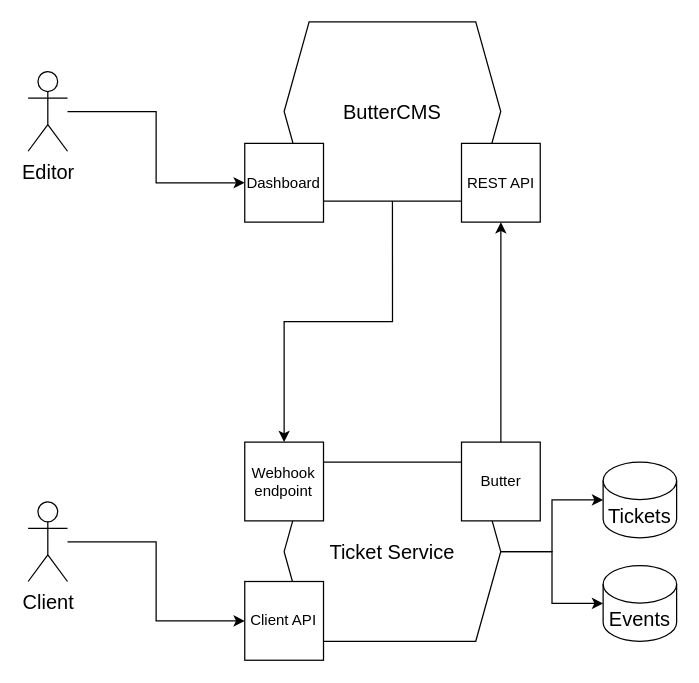
Before: architecture.drawio in raffaeleflorio/ticket-service, a draw.io diagram. Source tidied: cells renumbered, new cells numbered last; positions are measured from the earlier drawing's top-left corner, leaving out a move shared by most shapes. Both pictures are drawn from the tidied source at 125%, with x=0, y=0 at pixel (28, 21).
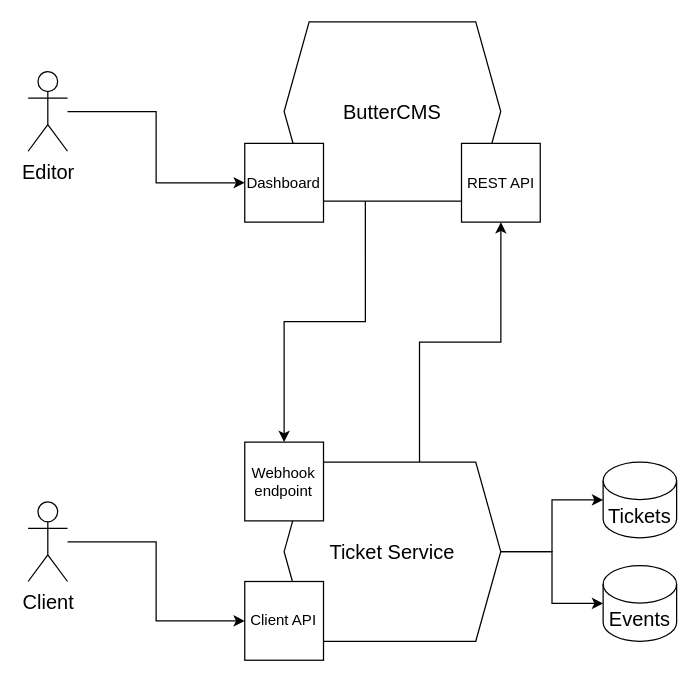
Above is the later version.

The edit, as a diff of the source:
```diff
@@
 <mxGraphModel>
   <root>
     <mxCell id="0" />
     <mxCell id="1" parent="0" />
     <mxCell id="2" style="group;" parent="1" vertex="1">
       <mxGeometry width="518.8" height="510.7" as="geometry" />
     </mxCell>
     <mxCell id="3" value="Editor&lt;br style=&quot;font-size: 16px;&quot;&gt;" style="shape=umlActor;verticalLabelPosition=bottom;verticalAlign=top;html=1;outlineConnect=0;fontSize=16;" parent="2" vertex="1">
       <mxGeometry y="39.8" width="31.5" height="63.7" as="geometry" />
     </mxCell>
     <mxCell id="4" value="Client" style="shape=umlActor;verticalLabelPosition=bottom;verticalAlign=top;html=1;outlineConnect=0;fontSize=16;" parent="2" vertex="1">
       <mxGeometry y="384" width="31.5" height="63.7" as="geometry" />
     </mxCell>
     <mxCell id="5" style="edgeStyle=orthogonalEdgeStyle;rounded=0;jettySize=auto;html=1;entryX=0;entryY=0.5;entryDx=0;entryDy=0;" parent="2" edge="1" source="4" target="14">
       <mxGeometry relative="1" as="geometry" />
     </mxCell>
     <mxCell id="6" style="edgeStyle=orthogonalEdgeStyle;rounded=0;jettySize=auto;html=1;entryX=0;entryY=0.5;entryDx=0;entryDy=0;" parent="2" edge="1" source="3" target="9">
       <mxGeometry relative="1" as="geometry" />
     </mxCell>
     <mxCell id="7" value="ButterCMS" style="shape=hexagon;perimeter=hexagonPerimeter2;whiteSpace=wrap;html=1;fixedSize=1;fontSize=16;" parent="2" vertex="1">
       <mxGeometry x="204.8" width="173.3" height="143.4" as="geometry" />
     </mxCell>
     <mxCell id="8" value="&lt;font style=&quot;font-size: 12px;&quot;&gt;REST API&lt;br style=&quot;font-size: 12px;&quot;&gt;&lt;/font&gt;" style="whiteSpace=wrap;html=1;fontSize=12;" parent="2" vertex="1">
       <mxGeometry x="346.7" y="97.2" width="63" height="63" as="geometry" />
     </mxCell>
     <mxCell id="9" value="&lt;font style=&quot;font-size: 12px;&quot;&gt;Dashboard&lt;br style=&quot;font-size: 12px;&quot;&gt;&lt;/font&gt;" style="whiteSpace=wrap;html=1;fontSize=12;" parent="2" vertex="1">
       <mxGeometry x="173.3" y="97.2" width="63" height="63" as="geometry" />
     </mxCell>
     <mxCell id="10" value="Ticket Service" style="shape=hexagon;perimeter=hexagonPerimeter2;whiteSpace=wrap;html=1;fixedSize=1;fontSize=16;" parent="2" vertex="1">
       <mxGeometry x="204.8" y="352.1" width="173.3" height="143.4" as="geometry" />
     </mxCell>
     <mxCell id="11" value="Events" style="shape=cylinder3;whiteSpace=wrap;html=1;boundedLbl=1;backgroundOutline=1;size=15;fontSize=16;" parent="2" vertex="1">
       <mxGeometry x="460" y="434.9" width="58.8" height="60.6" as="geometry" />
     </mxCell>
     <mxCell id="12" value="&lt;font style=&quot;font-size: 12px;&quot;&gt;Webhook endpoint&lt;br style=&quot;font-size: 12px;&quot;&gt;&lt;/font&gt;" style="whiteSpace=wrap;html=1;fontSize=12;" parent="2" vertex="1">
       <mxGeometry x="173.3" y="336.2" width="63" height="63" as="geometry" />
     </mxCell>
-    <mxCell id="13" style="endArrow=none;startArrow=classic;html=1;rounded=0;entryX=0.5;entryY=1;entryDx=0;entryDy=0;edgeStyle=orthogonalEdgeStyle;endFill=0;" parent="2" edge="1" source="12" target="7">
+    <mxCell id="13" style="endArrow=none;startArrow=classic;html=1;rounded=0;entryX=0.375;entryY=1;entryDx=0;entryDy=0;edgeStyle=orthogonalEdgeStyle;endFill=0;" parent="2" edge="1" source="12" target="7">
       <mxGeometry relative="1" as="geometry" />
     </mxCell>
     <mxCell id="14" value="&lt;span style=&quot;font-size: 12px;&quot;&gt;Client API&lt;br style=&quot;font-size: 12px;&quot;&gt;&lt;/span&gt;" style="whiteSpace=wrap;html=1;fontSize=12;" parent="2" vertex="1">
       <mxGeometry x="173.3" y="447.7" width="63" height="63" as="geometry" />
     </mxCell>
-    <mxCell id="15" value="&lt;font style=&quot;font-size: 12px;&quot;&gt;Butter&lt;br style=&quot;font-size: 12px;&quot;&gt;&lt;/font&gt;" style="whiteSpace=wrap;html=1;fontSize=12;" parent="2" vertex="1">
-      <mxGeometry x="346.7" y="336.2" width="63" height="63" as="geometry" />
-    </mxCell>
-    <mxCell id="16" style="edgeStyle=orthogonalEdgeStyle;rounded=0;jettySize=auto;html=1;exitX=0.5;exitY=0;exitDx=0;exitDy=0;entryX=0.5;entryY=1;entryDx=0;entryDy=0;fontSize=8;startArrow=none;startFill=0;endArrow=classic;endFill=1;" parent="2" edge="1" source="15" target="8">
+    <mxCell id="16" style="edgeStyle=orthogonalEdgeStyle;rounded=0;jettySize=auto;html=1;exitX=0.625;exitY=0;exitDx=0;exitDy=0;entryX=0.5;entryY=1;entryDx=0;entryDy=0;fontSize=8;startArrow=none;startFill=0;endArrow=classic;endFill=1;" parent="2" edge="1" source="10" target="8">
       <mxGeometry relative="1" as="geometry" />
     </mxCell>
     <mxCell id="17" style="edgeStyle=orthogonalEdgeStyle;rounded=0;jettySize=auto;html=1;exitX=1;exitY=0.5;exitDx=0;exitDy=0;entryX=0;entryY=0.5;entryDx=0;entryDy=0;entryPerimeter=0;" parent="2" edge="1" source="10" target="11">
       <mxGeometry relative="1" as="geometry" />
     </mxCell>
     <mxCell id="18" value="Tickets" style="shape=cylinder3;whiteSpace=wrap;html=1;boundedLbl=1;backgroundOutline=1;size=15;fontSize=16;" parent="2" vertex="1">
       <mxGeometry x="460" y="352.1" width="58.8" height="60.6" as="geometry" />
     </mxCell>
     <mxCell id="19" style="edgeStyle=orthogonalEdgeStyle;rounded=0;jettySize=auto;html=1;exitX=1;exitY=0.5;exitDx=0;exitDy=0;entryX=0;entryY=0.5;entryDx=0;entryDy=0;entryPerimeter=0;" parent="2" edge="1" source="10" target="18">
       <mxGeometry relative="1" as="geometry" />
     </mxCell>
   </root>
 </mxGraphModel>
```
